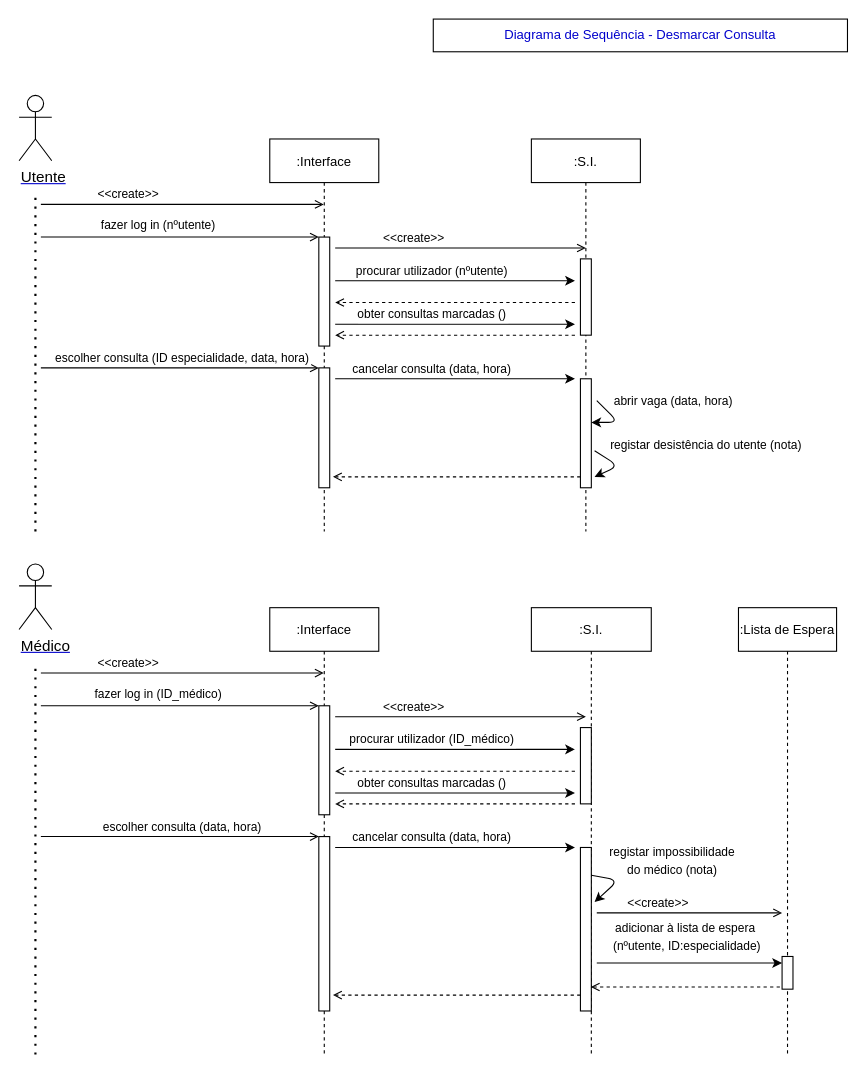
The draw.io diagram page "Desmarcar Consulta" (2 of 2) of Diagramas de Sequência- Marcacao e Desmarcacao.drawio in carlan92/Hospital_Management_System, before the edit. Source tidied: cells renumbered, new cells numbered last; positions are measured from the earlier drawing's top-left corner, leaving out a move shared by most shapes. Both pictures are drawn from the tidied source at 109%, with x=0, y=0 at pixel (19, 19).
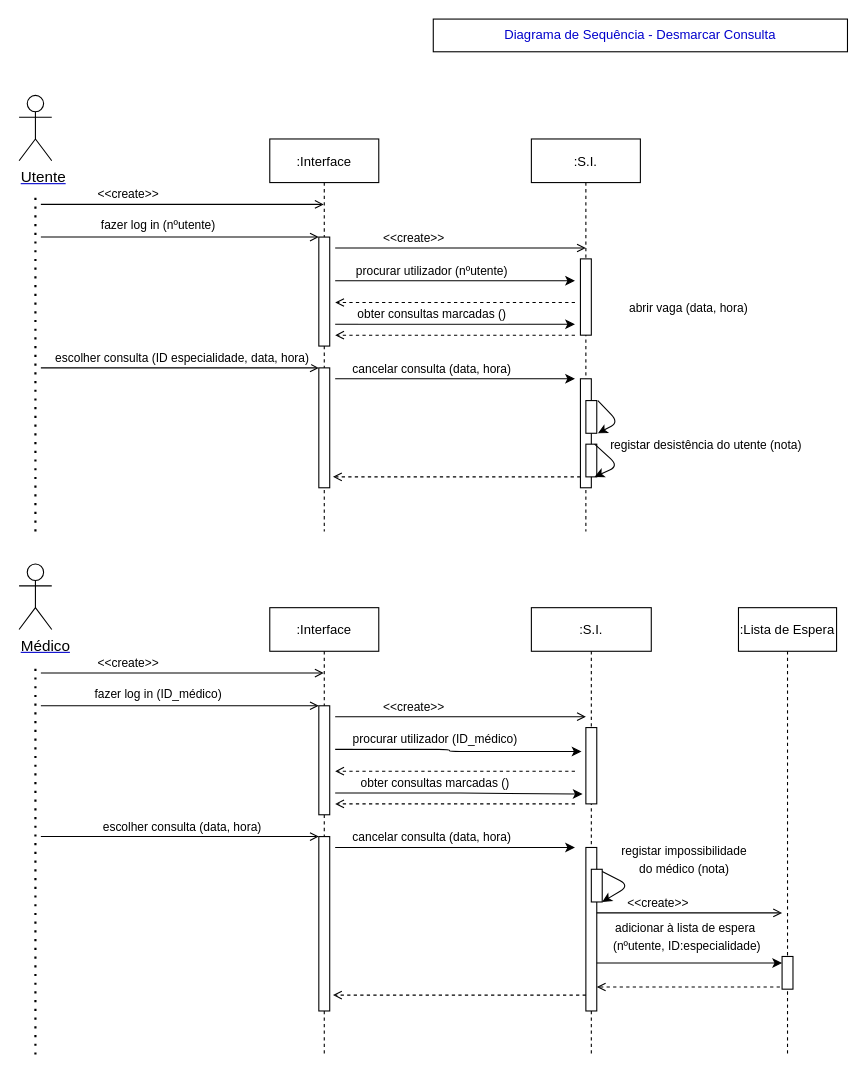
The same page after the edit.

Unchanged cells that the change refers to:
```xml
<mxCell id="10" value=":S.I." style="shape=umlLifeline;perimeter=lifelinePerimeter;rounded=0;shadow=0;strokeWidth=1;" parent="1" vertex="1">
  <mxGeometry x="470" y="110" width="100" height="360" as="geometry" />
</mxCell>
<mxCell id="12" style="points=[];perimeter=orthogonalPerimeter;rounded=0;shadow=0;strokeWidth=1;" parent="10" vertex="1">
  <mxGeometry x="45" y="220" width="10" height="100" as="geometry" />
</mxCell>
<mxCell id="32" value=":S.I." style="shape=umlLifeline;perimeter=lifelinePerimeter;rounded=0;shadow=0;strokeWidth=1;" parent="1" vertex="1">
  <mxGeometry x="470" y="540" width="110" height="410" as="geometry" />
</mxCell>
<mxCell id="47" style="points=[];perimeter=orthogonalPerimeter;rounded=0;shadow=0;strokeWidth=1;" parent="46" vertex="1">
  <mxGeometry x="40" y="320" width="10" height="30" as="geometry" />
</mxCell>
```

What changed in the source:
```diff
@@
-    <mxCell id="13" value="&lt;font color=&quot;#000000&quot;&gt;&lt;span style=&quot;font-size: 11px&quot;&gt;abrir vaga (data, hora)&lt;/span&gt;&lt;/font&gt;" style="endArrow=classic;html=1;fontSize=14;fontColor=#0000CC;exitX=1.5;exitY=0.2;exitDx=0;exitDy=0;exitPerimeter=0;" parent="10" edge="1" source="12" target="12">
-      <mxGeometry x="0.06" y="-54" relative="1" as="geometry">
+    <mxCell id="13" value="&lt;font color=&quot;#000000&quot;&gt;&lt;span style=&quot;font-size: 11px&quot;&gt;abrir vaga (data, hora)&lt;/span&gt;&lt;/font&gt;" style="endArrow=classic;html=1;fontSize=14;fontColor=#0000CC;entryX=1.1;entryY=1;entryDx=0;entryDy=0;entryPerimeter=0;" parent="10" edge="1" target="53">
+      <mxGeometry x="0.12" y="54" relative="1" as="geometry">
+        <mxPoint x="61" y="240" as="sourcePoint" />
         <Array as="points">
           <mxPoint x="80" y="260" />
           <mxPoint x="80" y="260" />
         </Array>
-        <mxPoint x="50" y="34" as="offset" />
+        <mxPoint x="25" y="-68" as="offset" />
       </mxGeometry>
     </mxCell>
-    <mxCell id="14" value="&lt;font color=&quot;#000000&quot;&gt;&lt;span style=&quot;font-size: 11px&quot;&gt;registar desistência&amp;nbsp;do utente (nota)&lt;/span&gt;&lt;/font&gt;" style="endArrow=classic;html=1;fontSize=14;fontColor=#0000CC;exitX=1.3;exitY=0.66;exitDx=0;exitDy=0;exitPerimeter=0;entryX=1.3;entryY=0.9;entryDx=0;entryDy=0;entryPerimeter=0;" parent="10" edge="1" source="12" target="12">
-      <mxGeometry x="0.04" y="82" relative="1" as="geometry">
-        <Array as="points">
-          <mxPoint x="80" y="300" />
-        </Array>
-        <mxPoint x="46" y="-95" as="offset" />
-      </mxGeometry>
-    </mxCell>
+    <mxCell id="53" style="points=[];perimeter=orthogonalPerimeter;rounded=0;shadow=0;strokeWidth=1;" parent="10" vertex="1">
+      <mxGeometry x="50" y="240" width="10" height="30" as="geometry" />
+    </mxCell>
@@
     <mxCell id="33" style="points=[];perimeter=orthogonalPerimeter;rounded=0;shadow=0;strokeWidth=1;" parent="32" vertex="1">
-      <mxGeometry x="45" y="110" width="10" height="70" as="geometry" />
+      <mxGeometry x="50" y="110" width="10" height="70" as="geometry" />
     </mxCell>
     <mxCell id="34" style="points=[];perimeter=orthogonalPerimeter;rounded=0;shadow=0;strokeWidth=1;" parent="32" vertex="1">
-      <mxGeometry x="45" y="220" width="10" height="150" as="geometry" />
+      <mxGeometry x="50" y="220" width="10" height="150" as="geometry" />
     </mxCell>
+    <mxCell id="54" style="points=[];perimeter=orthogonalPerimeter;rounded=0;shadow=0;strokeWidth=1;" parent="32" vertex="1">
+      <mxGeometry x="55" y="240" width="10" height="30" as="geometry" />
+    </mxCell>
-    <mxCell id="35" value="&lt;font color=&quot;#000000&quot;&gt;&lt;span style=&quot;font-size: 11px&quot;&gt;registar impossibilidade &lt;br&gt;do médico (nota)&lt;/span&gt;&lt;/font&gt;" style="endArrow=classic;html=1;fontSize=14;fontColor=#0000CC;exitX=1;exitY=0.17;exitDx=0;exitDy=0;exitPerimeter=0;" parent="32" edge="1" source="34">
-      <mxGeometry x="-0.03" y="54" relative="1" as="geometry">
-        <mxPoint x="58" y="270" as="targetPoint" />
+    <mxCell id="35" value="&lt;font color=&quot;#000000&quot;&gt;&lt;span style=&quot;font-size: 11px&quot;&gt;registar impossibilidade &lt;br&gt;do médico (nota)&lt;/span&gt;&lt;/font&gt;" style="endArrow=classic;html=1;fontSize=14;fontColor=#0000CC;exitX=1;exitY=0.067;exitDx=0;exitDy=0;exitPerimeter=0;entryX=1;entryY=1;entryDx=0;entryDy=0;entryPerimeter=0;" parent="32" edge="1" source="54" target="54">
+      <mxGeometry x="-0.02" y="56" relative="1" as="geometry">
         <Array as="points">
-          <mxPoint x="80" y="250" />
+          <mxPoint x="90" y="255" />
         </Array>
-        <mxPoint x="14" y="-60" as="offset" />
+        <mxPoint x="21" y="-73" as="offset" />
       </mxGeometry>
     </mxCell>
@@
-    <mxCell id="39" value="procurar utilizador (ID_médico)" style="verticalAlign=bottom;endArrow=classic;shadow=0;strokeWidth=1;edgeStyle=elbowEdgeStyle;endFill=1;" parent="1" edge="1">
+    <mxCell id="39" value="procurar utilizador (ID_médico)" style="verticalAlign=bottom;endArrow=classic;shadow=0;strokeWidth=1;edgeStyle=elbowEdgeStyle;endFill=1;entryX=-0.4;entryY=0.314;entryDx=0;entryDy=0;entryPerimeter=0;" parent="1" edge="1" target="33">
       <mxGeometry x="-0.19" relative="1" as="geometry">
         <mxPoint x="290" y="670" as="sourcePoint" />
-        <mxPoint x="510" y="670" as="targetPoint" />
         <Array as="points">
           <mxPoint x="395" y="670" />
         </Array>
       </mxGeometry>
     </mxCell>
@@
-    <mxCell id="41" value="obter consultas marcadas ()" style="verticalAlign=bottom;endArrow=classic;shadow=0;strokeWidth=1;edgeStyle=elbowEdgeStyle;endFill=1;" parent="1" edge="1">
+    <mxCell id="41" value="obter consultas marcadas ()" style="verticalAlign=bottom;endArrow=classic;shadow=0;strokeWidth=1;edgeStyle=elbowEdgeStyle;endFill=1;entryX=-0.3;entryY=0.871;entryDx=0;entryDy=0;entryPerimeter=0;" parent="1" edge="1" target="33">
       <mxGeometry x="-0.19" relative="1" as="geometry">
         <mxPoint x="290" y="710" as="sourcePoint" />
-        <mxPoint x="510" y="710" as="targetPoint" />
         <Array as="points">
           <mxPoint x="395" y="710" />
         </Array>
       </mxGeometry>
     </mxCell>
@@
-    <mxCell id="52" style="endArrow=open;html=1;fontSize=14;fontColor=#0000CC;exitX=-0.2;exitY=0.933;exitDx=0;exitDy=0;exitPerimeter=0;dashed=1;endFill=0;" parent="1" edge="1" source="47" target="32">
-      <mxGeometry relative="1" as="geometry" />
+    <mxCell id="52" style="endArrow=open;html=1;fontSize=14;fontColor=#0000CC;exitX=-0.2;exitY=0.933;exitDx=0;exitDy=0;exitPerimeter=0;dashed=1;endFill=0;" parent="1" edge="1" source="47">
+      <mxGeometry relative="1" as="geometry">
+        <mxPoint x="530" y="888" as="targetPoint" />
+      </mxGeometry>
     </mxCell>
+    <mxCell id="55" style="points=[];perimeter=orthogonalPerimeter;rounded=0;shadow=0;strokeWidth=1;" parent="1" vertex="1">
+      <mxGeometry x="520" y="390" width="10" height="30" as="geometry" />
+    </mxCell>
+    <mxCell id="14" value="&lt;font color=&quot;#000000&quot;&gt;&lt;span style=&quot;font-size: 11px&quot;&gt;registar desistência&amp;nbsp;do utente (nota)&lt;/span&gt;&lt;/font&gt;" style="endArrow=classic;html=1;fontSize=14;fontColor=#0000CC;exitX=0.8;exitY=0;exitDx=0;exitDy=0;exitPerimeter=0;entryX=1.3;entryY=0.9;entryDx=0;entryDy=0;entryPerimeter=0;" parent="1" edge="1" source="55" target="12">
+      <mxGeometry x="0.1" y="82" relative="1" as="geometry">
+        <Array as="points">
+          <mxPoint x="550" y="410" />
+        </Array>
+        <mxPoint x="46" y="-95" as="offset" />
+      </mxGeometry>
+    </mxCell>
```
